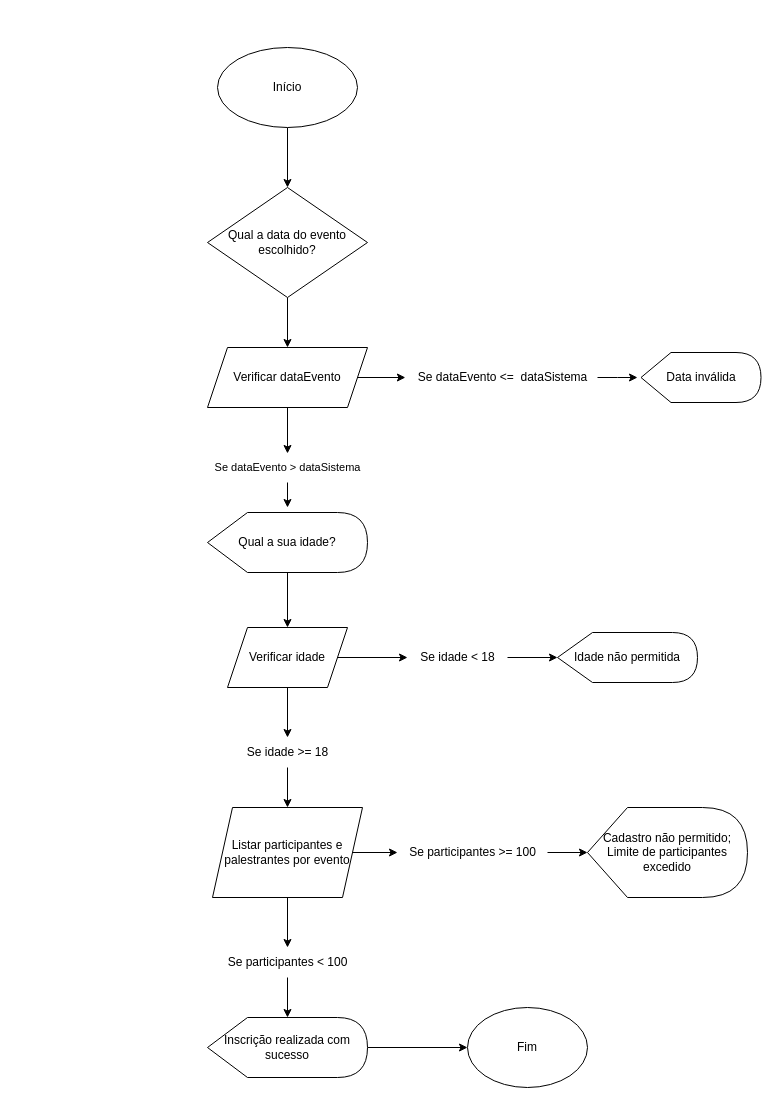
Above: fluxograma-atividade-senai.drawio in flaviogalante/resolvendo-conflitos (draw.io), before the change. Source tidied: cells renumbered, new cells numbered last; positions are measured from the earlier drawing's top-left corner, leaving out a move shared by most shapes. Both pictures are drawn from the tidied source at 100%, with x=0, y=0 at pixel (202, 47).
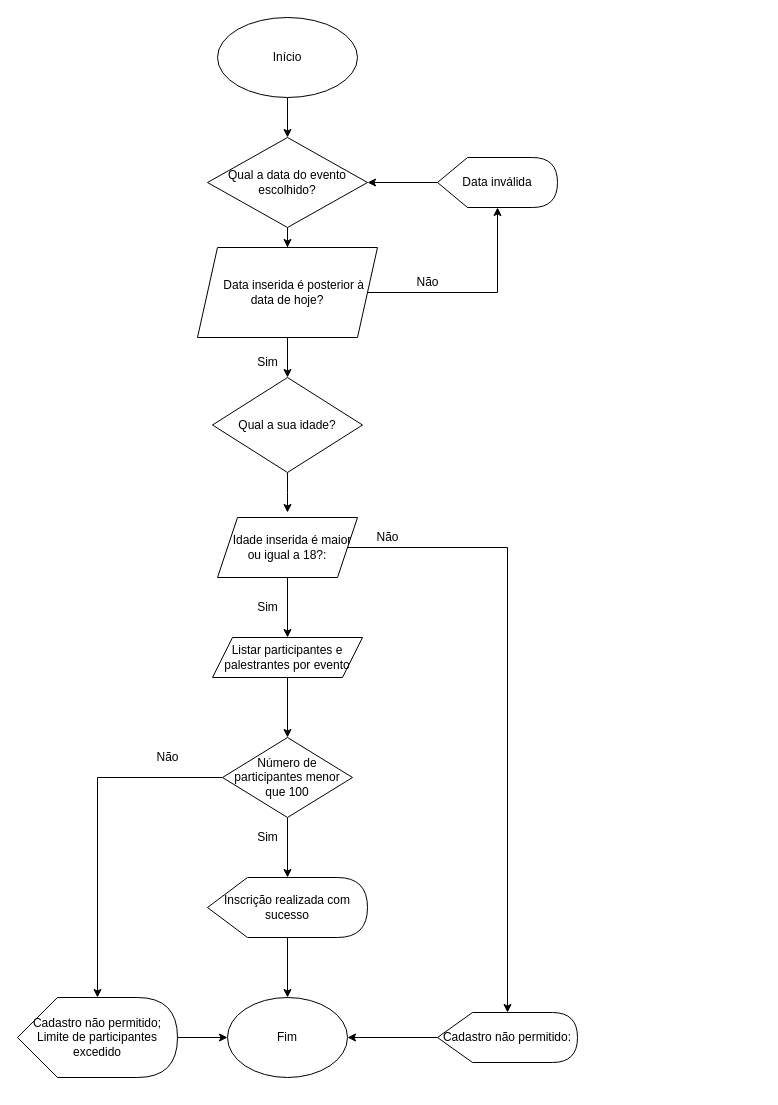
The same page after the edit.

The edit, as a diff of the source:
```diff
@@
     <mxCell id="3" value="Início" style="ellipse;whiteSpace=wrap;html=1;align=center;labelPosition=center;verticalLabelPosition=middle;verticalAlign=middle;" parent="1" vertex="1">
-      <mxGeometry x="15" width="140" height="80" as="geometry" />
+      <mxGeometry x="15" y="-30" width="140" height="80" as="geometry" />
     </mxCell>
-    <mxCell id="4" style="edgeStyle=orthogonalEdgeStyle;rounded=0;jettySize=auto;html=1;entryX=0.5;entryY=0;entryDx=0;entryDy=0;align=center;labelPosition=center;verticalLabelPosition=middle;verticalAlign=middle;" parent="1" edge="1" source="5" target="11">
+    <mxCell id="4" style="edgeStyle=orthogonalEdgeStyle;rounded=0;jettySize=auto;html=1;" parent="1" edge="1" source="5" target="11">
       <mxGeometry relative="1" as="geometry" />
     </mxCell>
     <mxCell id="5" value="Qual a data do evento escolhido?" style="rhombus;whiteSpace=wrap;html=1;align=center;labelPosition=center;verticalLabelPosition=middle;verticalAlign=middle;" parent="1" vertex="1">
-      <mxGeometry x="5" y="140" width="160" height="110" as="geometry" />
+      <mxGeometry x="5" y="90" width="160" height="90" as="geometry" />
     </mxCell>
+    <mxCell id="36" style="edgeStyle=orthogonalEdgeStyle;rounded=0;jettySize=auto;html=1;" parent="1" edge="1" source="6" target="5">
+      <mxGeometry relative="1" as="geometry" />
+    </mxCell>
     <mxCell id="6" value="Data inválida" style="shape=display;whiteSpace=wrap;html=1;align=center;labelPosition=center;verticalLabelPosition=middle;verticalAlign=middle;" parent="1" vertex="1">
-      <mxGeometry x="438.5" y="305" width="120" height="50" as="geometry" />
+      <mxGeometry x="235" y="110" width="120" height="50" as="geometry" />
     </mxCell>
-    <mxCell id="7" style="edgeStyle=orthogonalEdgeStyle;rounded=0;jettySize=auto;html=1;entryX=0.5;entryY=0;entryDx=0;entryDy=0;align=center;labelPosition=center;verticalLabelPosition=middle;verticalAlign=middle;" parent="1" edge="1" source="8" target="19">
-      <mxGeometry relative="1" as="geometry" />
-    </mxCell>
-    <mxCell id="8" value="Qual a sua idade?" style="shape=display;whiteSpace=wrap;html=1;align=center;labelPosition=center;verticalLabelPosition=middle;verticalAlign=middle;" parent="1" vertex="1">
-      <mxGeometry x="5" y="465" width="160" height="60" as="geometry" />
-    </mxCell>
-    <mxCell id="9" style="edgeStyle=orthogonalEdgeStyle;rounded=0;jettySize=auto;html=1;entryX=0.5;entryY=0.033;entryDx=0;entryDy=0;entryPerimeter=0;align=center;labelPosition=center;verticalLabelPosition=middle;verticalAlign=middle;" parent="1" edge="1" source="11" target="13">
-      <mxGeometry relative="1" as="geometry" />
-    </mxCell>
-    <mxCell id="10" style="edgeStyle=orthogonalEdgeStyle;rounded=0;jettySize=auto;html=1;entryX=-0.011;entryY=0.5;entryDx=0;entryDy=0;entryPerimeter=0;align=center;labelPosition=center;verticalLabelPosition=middle;verticalAlign=middle;" parent="1" edge="1" source="11" target="16">
-      <mxGeometry relative="1" as="geometry" />
-    </mxCell>
+    <mxCell id="37" style="edgeStyle=orthogonalEdgeStyle;rounded=0;jettySize=auto;html=1;" parent="1" edge="1" source="11" target="8">
+      <mxGeometry relative="1" as="geometry" />
+    </mxCell>
+    <mxCell id="38" style="edgeStyle=orthogonalEdgeStyle;rounded=0;jettySize=auto;html=1;" parent="1" edge="1" source="11" target="6">
+      <mxGeometry relative="1" as="geometry" />
+    </mxCell>
-    <mxCell id="11" value="Verificar dataEvento" style="shape=parallelogram;perimeter=parallelogramPerimeter;whiteSpace=wrap;html=1;fixedSize=1;align=center;labelPosition=center;verticalLabelPosition=middle;verticalAlign=middle;" parent="1" vertex="1">
-      <mxGeometry x="5" y="300" width="160" height="60" as="geometry" />
+    <mxCell id="11" value="&amp;nbsp; &amp;nbsp; Data inserida é posterior à data de hoje?" style="shape=parallelogram;perimeter=parallelogramPerimeter;whiteSpace=wrap;html=1;fixedSize=1;align=center;labelPosition=center;verticalLabelPosition=middle;verticalAlign=middle;" parent="1" vertex="1">
+      <mxGeometry x="-5" y="200" width="180" height="90" as="geometry" />
     </mxCell>
-    <mxCell id="12" style="edgeStyle=orthogonalEdgeStyle;rounded=0;jettySize=auto;html=1;align=center;labelPosition=center;verticalLabelPosition=middle;verticalAlign=middle;" parent="1" edge="1" source="13">
-      <mxGeometry relative="1" as="geometry">
-        <mxPoint x="85" y="460" as="targetPoint" />
-      </mxGeometry>
-    </mxCell>
-    <mxCell id="13" value="&lt;span style=&quot;font-size: 11px; background-color: rgb(255, 255, 255);&quot;&gt;Se dataEvento &amp;gt; dataSistema&lt;/span&gt;" style="text;html=1;align=center;verticalAlign=middle;points=[];strokeColor=none;fillColor=none;labelPosition=center;verticalLabelPosition=middle;" parent="1" vertex="1">
-      <mxGeometry y="405" width="170" height="30" as="geometry" />
-    </mxCell>
@@
-    <mxCell id="15" style="edgeStyle=orthogonalEdgeStyle;rounded=0;jettySize=auto;html=1;align=center;labelPosition=center;verticalLabelPosition=middle;verticalAlign=middle;" parent="1" edge="1" source="16">
-      <mxGeometry relative="1" as="geometry">
-        <mxPoint x="435" y="330" as="targetPoint" />
-      </mxGeometry>
-    </mxCell>
-    <mxCell id="16" value="Se dataEvento &amp;lt;=&amp;nbsp; dataSistema" style="text;html=1;align=center;verticalAlign=middle;points=[];strokeColor=none;fillColor=none;labelPosition=center;verticalLabelPosition=middle;" parent="1" vertex="1">
-      <mxGeometry x="205" y="315" width="190" height="30" as="geometry" />
-    </mxCell>
-    <mxCell id="17" style="edgeStyle=orthogonalEdgeStyle;rounded=0;jettySize=auto;html=1;align=center;labelPosition=center;verticalLabelPosition=middle;verticalAlign=middle;" parent="1" edge="1" source="19" target="21">
-      <mxGeometry relative="1" as="geometry" />
-    </mxCell>
-    <mxCell id="18" style="edgeStyle=orthogonalEdgeStyle;rounded=0;jettySize=auto;html=1;entryX=0.5;entryY=0;entryDx=0;entryDy=0;entryPerimeter=0;align=center;labelPosition=center;verticalLabelPosition=middle;verticalAlign=middle;" parent="1" edge="1" source="19" target="23">
-      <mxGeometry relative="1" as="geometry" />
-    </mxCell>
+    <mxCell id="39" style="edgeStyle=orthogonalEdgeStyle;rounded=0;jettySize=auto;html=1;" parent="1" edge="1" source="19" target="24">
+      <mxGeometry relative="1" as="geometry" />
+    </mxCell>
+    <mxCell id="40" style="edgeStyle=orthogonalEdgeStyle;rounded=0;jettySize=auto;html=1;" parent="1" edge="1" source="19" target="27">
+      <mxGeometry relative="1" as="geometry" />
+    </mxCell>
-    <mxCell id="19" value="Verificar idade" style="shape=parallelogram;perimeter=parallelogramPerimeter;whiteSpace=wrap;html=1;fixedSize=1;align=center;labelPosition=center;verticalLabelPosition=middle;verticalAlign=middle;" parent="1" vertex="1">
-      <mxGeometry x="25" y="580" width="120" height="60" as="geometry" />
+    <mxCell id="19" value="&amp;nbsp; &amp;nbsp;Idade inserida é maior ou igual a 18?:" style="shape=parallelogram;perimeter=parallelogramPerimeter;whiteSpace=wrap;html=1;fixedSize=1;align=center;labelPosition=center;verticalLabelPosition=middle;verticalAlign=middle;" parent="1" vertex="1">
+      <mxGeometry x="15" y="470" width="140" height="60" as="geometry" />
     </mxCell>
-    <mxCell id="20" style="edgeStyle=orthogonalEdgeStyle;rounded=0;jettySize=auto;html=1;entryX=0;entryY=0.5;entryDx=0;entryDy=0;entryPerimeter=0;align=center;labelPosition=center;verticalLabelPosition=middle;verticalAlign=middle;" parent="1" edge="1" source="21" target="24">
-      <mxGeometry relative="1" as="geometry" />
-    </mxCell>
-    <mxCell id="21" value="Se idade &amp;lt; 18" style="text;html=1;align=center;verticalAlign=middle;points=[];strokeColor=none;fillColor=none;labelPosition=center;verticalLabelPosition=middle;" parent="1" vertex="1">
-      <mxGeometry x="205" y="595" width="100" height="30" as="geometry" />
-    </mxCell>
-    <mxCell id="22" style="edgeStyle=orthogonalEdgeStyle;rounded=0;jettySize=auto;html=1;align=center;labelPosition=center;verticalLabelPosition=middle;verticalAlign=middle;" parent="1" edge="1" source="23" target="27">
-      <mxGeometry relative="1" as="geometry" />
-    </mxCell>
-    <mxCell id="23" value="Se idade &amp;gt;= 18" style="text;html=1;align=center;verticalAlign=middle;points=[];strokeColor=none;fillColor=none;labelPosition=center;verticalLabelPosition=middle;" parent="1" vertex="1">
-      <mxGeometry x="35" y="690" width="100" height="30" as="geometry" />
-    </mxCell>
+    <mxCell id="41" style="edgeStyle=orthogonalEdgeStyle;rounded=0;jettySize=auto;html=1;" parent="1" edge="1" source="24" target="35">
+      <mxGeometry relative="1" as="geometry" />
+    </mxCell>
-    <mxCell id="24" value="Idade não permitida" style="shape=display;whiteSpace=wrap;html=1;align=center;labelPosition=center;verticalLabelPosition=middle;verticalAlign=middle;" parent="1" vertex="1">
-      <mxGeometry x="355" y="585" width="140" height="50" as="geometry" />
+    <mxCell id="24" value="Cadastro não permitido:" style="shape=display;whiteSpace=wrap;html=1;align=center;labelPosition=center;verticalLabelPosition=middle;verticalAlign=middle;" parent="1" vertex="1">
+      <mxGeometry x="235" y="965" width="140" height="50" as="geometry" />
     </mxCell>
-    <mxCell id="25" style="edgeStyle=orthogonalEdgeStyle;rounded=0;jettySize=auto;html=1;align=center;labelPosition=center;verticalLabelPosition=middle;verticalAlign=middle;" parent="1" edge="1" source="27" target="31">
-      <mxGeometry relative="1" as="geometry" />
-    </mxCell>
-    <mxCell id="26" style="edgeStyle=orthogonalEdgeStyle;rounded=0;jettySize=auto;html=1;align=center;labelPosition=center;verticalLabelPosition=middle;verticalAlign=middle;" parent="1" edge="1" source="27" target="29">
-      <mxGeometry relative="1" as="geometry" />
-    </mxCell>
+    <mxCell id="42" style="edgeStyle=orthogonalEdgeStyle;rounded=0;jettySize=auto;html=1;" parent="1" edge="1" source="27" target="46">
+      <mxGeometry relative="1" as="geometry" />
+    </mxCell>
     <mxCell id="27" value="Listar participantes e palestrantes por evento" style="shape=parallelogram;perimeter=parallelogramPerimeter;whiteSpace=wrap;html=1;fixedSize=1;align=center;labelPosition=center;verticalLabelPosition=middle;verticalAlign=middle;" parent="1" vertex="1">
-      <mxGeometry x="10" y="760" width="150" height="90" as="geometry" />
+      <mxGeometry x="10" y="590" width="150" height="40" as="geometry" />
     </mxCell>
-    <mxCell id="28" style="edgeStyle=orthogonalEdgeStyle;rounded=0;jettySize=auto;html=1;align=center;labelPosition=center;verticalLabelPosition=middle;verticalAlign=middle;" parent="1" edge="1" source="29" target="32">
-      <mxGeometry relative="1" as="geometry" />
-    </mxCell>
-    <mxCell id="29" value="Se participantes &amp;gt;= 100" style="text;html=1;align=center;verticalAlign=middle;points=[];strokeColor=none;fillColor=none;labelPosition=center;verticalLabelPosition=middle;" parent="1" vertex="1">
-      <mxGeometry x="195" y="790" width="150" height="30" as="geometry" />
-    </mxCell>
-    <mxCell id="30" style="edgeStyle=orthogonalEdgeStyle;rounded=0;jettySize=auto;html=1;align=center;labelPosition=center;verticalLabelPosition=middle;verticalAlign=middle;" parent="1" edge="1" source="31" target="34">
-      <mxGeometry relative="1" as="geometry" />
-    </mxCell>
-    <mxCell id="31" value="Se participantes &amp;lt; 100" style="text;html=1;align=center;verticalAlign=middle;points=[];strokeColor=none;fillColor=none;labelPosition=center;verticalLabelPosition=middle;" parent="1" vertex="1">
-      <mxGeometry x="15" y="900" width="140" height="30" as="geometry" />
-    </mxCell>
+    <mxCell id="43" style="edgeStyle=orthogonalEdgeStyle;rounded=0;jettySize=auto;html=1;" parent="1" edge="1" source="32" target="35">
+      <mxGeometry relative="1" as="geometry" />
+    </mxCell>
     <mxCell id="32" value="Cadastro não permitido; Limite de participantes excedido" style="shape=display;whiteSpace=wrap;html=1;align=center;labelPosition=center;verticalLabelPosition=middle;verticalAlign=middle;" parent="1" vertex="1">
-      <mxGeometry x="385" y="760" width="160" height="90" as="geometry" />
+      <mxGeometry x="-185" y="950" width="160" height="80" as="geometry" />
     </mxCell>
@@
     <mxCell id="34" value="Inscrição realizada com sucesso" style="shape=display;whiteSpace=wrap;html=1;align=center;labelPosition=center;verticalLabelPosition=middle;verticalAlign=middle;" parent="1" vertex="1">
-      <mxGeometry x="5" y="970" width="160" height="60" as="geometry" />
+      <mxGeometry x="5" y="830" width="160" height="60" as="geometry" />
     </mxCell>
     <mxCell id="35" value="Fim" style="ellipse;whiteSpace=wrap;html=1;align=center;labelPosition=center;verticalLabelPosition=middle;verticalAlign=middle;" parent="1" vertex="1">
-      <mxGeometry x="265" y="960" width="120" height="80" as="geometry" />
+      <mxGeometry x="25" y="950" width="120" height="80" as="geometry" />
     </mxCell>
+    <mxCell id="44" style="edgeStyle=orthogonalEdgeStyle;rounded=0;jettySize=auto;html=1;" parent="1" edge="1" source="46" target="34">
+      <mxGeometry relative="1" as="geometry" />
+    </mxCell>
+    <mxCell id="45" style="edgeStyle=orthogonalEdgeStyle;rounded=0;jettySize=auto;html=1;" parent="1" edge="1" source="46" target="32">
+      <mxGeometry relative="1" as="geometry" />
+    </mxCell>
+    <mxCell id="46" value="Número de participantes menor que 100" style="rhombus;whiteSpace=wrap;html=1;" parent="1" vertex="1">
+      <mxGeometry x="20" y="690" width="130" height="80" as="geometry" />
+    </mxCell>
+    <mxCell id="47" style="edgeStyle=orthogonalEdgeStyle;rounded=0;jettySize=auto;html=1;" parent="1" edge="1" source="8">
+      <mxGeometry relative="1" as="geometry">
+        <mxPoint x="85" y="465" as="targetPoint" />
+      </mxGeometry>
+    </mxCell>
+    <mxCell id="8" value="Qual a sua idade?" style="rhombus;whiteSpace=wrap;html=1;" parent="1" vertex="1">
+      <mxGeometry x="10" y="330" width="150" height="95" as="geometry" />
+    </mxCell>
+    <mxCell id="48" value="Não" style="text;html=1;align=center;verticalAlign=middle;strokeColor=none;fillColor=none;" parent="1" vertex="1">
+      <mxGeometry x="200" y="220" width="50" height="30" as="geometry" />
+    </mxCell>
+    <mxCell id="49" value="Sim" style="text;html=1;align=center;verticalAlign=middle;strokeColor=none;fillColor=none;" parent="1" vertex="1">
+      <mxGeometry x="45" y="300" width="40" height="30" as="geometry" />
+    </mxCell>
+    <mxCell id="50" value="Não" style="text;html=1;align=center;verticalAlign=middle;strokeColor=none;fillColor=none;" parent="1" vertex="1">
+      <mxGeometry x="160" y="475" width="50" height="30" as="geometry" />
+    </mxCell>
+    <mxCell id="51" value="Sim" style="text;html=1;align=center;verticalAlign=middle;strokeColor=none;fillColor=none;" parent="1" vertex="1">
+      <mxGeometry x="45" y="545" width="40" height="30" as="geometry" />
+    </mxCell>
+    <mxCell id="52" value="Não" style="text;html=1;align=center;verticalAlign=middle;strokeColor=none;fillColor=none;" parent="1" vertex="1">
+      <mxGeometry x="-60" y="695" width="50" height="30" as="geometry" />
+    </mxCell>
+    <mxCell id="53" value="Sim" style="text;html=1;align=center;verticalAlign=middle;strokeColor=none;fillColor=none;" parent="1" vertex="1">
+      <mxGeometry x="45" y="775" width="40" height="30" as="geometry" />
+    </mxCell>
```
